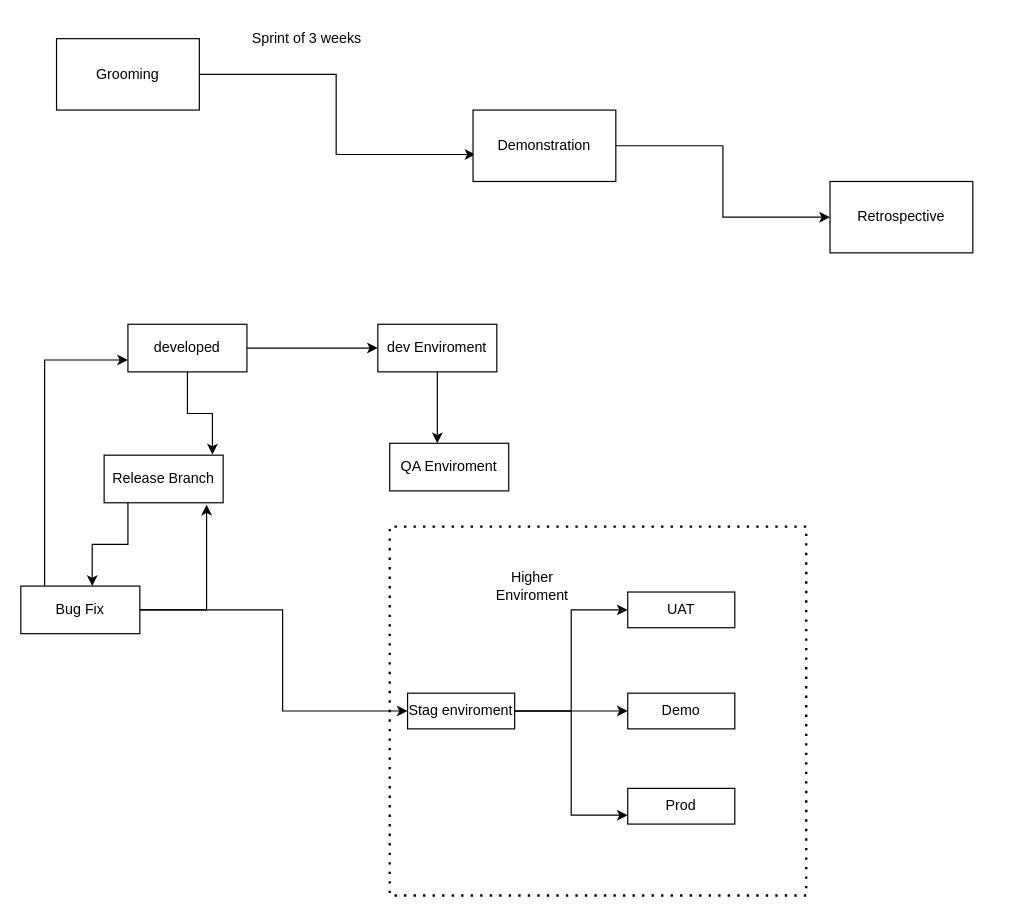
Above: lifecyle.drawio in suchit727/diagrams (draw.io), before the change. Source tidied: cells renumbered, new cells numbered last; positions are measured from the earlier drawing's top-left corner, leaving out a move shared by most shapes. Both pictures are drawn from the tidied source at 119%, with x=0, y=0 at pixel (20, 20).
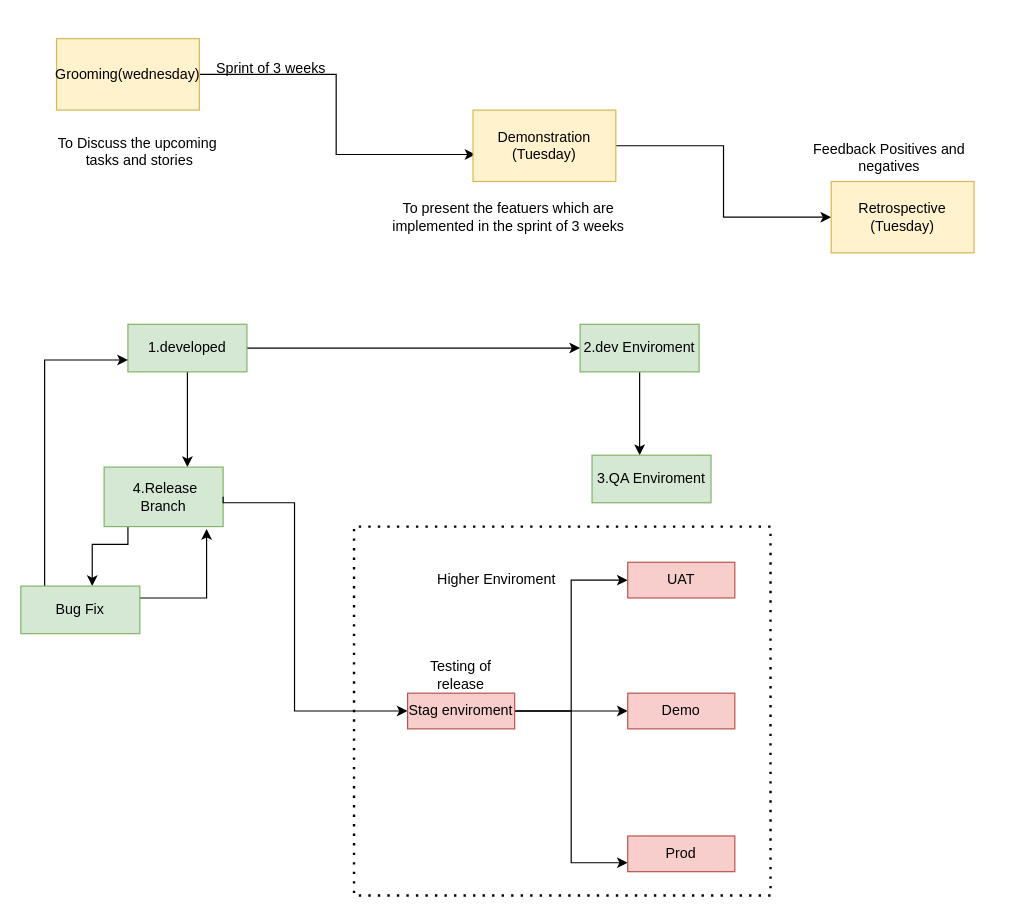
The same page after the edit.

The edit, as a diff of the source:
```diff
@@
-    <mxCell id="3" value="Grooming" style="rounded=0;whiteSpace=wrap;html=1;" parent="1" vertex="1">
+    <mxCell id="3" value="Grooming(wednesday)" style="rounded=0;whiteSpace=wrap;html=1;fillColor=#fff2cc;strokeColor=#d6b656;" parent="1" vertex="1">
       <mxGeometry x="30" y="15" width="120" height="60" as="geometry" />
     </mxCell>
@@
-    <mxCell id="5" value="Demonstration" style="rounded=0;whiteSpace=wrap;html=1;" parent="1" vertex="1">
+    <mxCell id="5" value="Demonstration&lt;br&gt;(Tuesday)" style="rounded=0;whiteSpace=wrap;html=1;fillColor=#fff2cc;strokeColor=#d6b656;" parent="1" vertex="1">
       <mxGeometry x="380" y="75" width="120" height="60" as="geometry" />
     </mxCell>
-    <mxCell id="6" value="Retrospective" style="rounded=0;whiteSpace=wrap;html=1;" parent="1" vertex="1">
-      <mxGeometry x="680" y="135" width="120" height="60" as="geometry" />
+    <mxCell id="6" value="Retrospective&lt;br&gt;(Tuesday)" style="rounded=0;whiteSpace=wrap;html=1;fillColor=#fff2cc;strokeColor=#d6b656;" parent="1" vertex="1">
+      <mxGeometry x="681" y="135" width="120" height="60" as="geometry" />
     </mxCell>
     <mxCell id="7" value="Sprint of 3 weeks" style="text;html=1;align=center;verticalAlign=middle;strokeColor=none;fillColor=none;" parent="1" vertex="1">
-      <mxGeometry x="180" width="120" height="30" as="geometry" />
+      <mxGeometry x="150" y="25" width="120" height="30" as="geometry" />
     </mxCell>
@@
-    <mxCell id="9" style="edgeStyle=orthogonalEdgeStyle;rounded=0;jettySize=auto;html=1;entryX=0.91;entryY=-0.012;entryDx=0;entryDy=0;entryPerimeter=0;" parent="1" edge="1" source="10" target="15">
-      <mxGeometry relative="1" as="geometry" />
+    <mxCell id="9" style="edgeStyle=orthogonalEdgeStyle;rounded=0;jettySize=auto;html=1;" parent="1" edge="1" source="10">
+      <mxGeometry relative="1" as="geometry">
+        <mxPoint x="140" y="375" as="targetPoint" />
+        <Array as="points">
+          <mxPoint x="140" y="365" />
+        </Array>
+      </mxGeometry>
     </mxCell>
-    <mxCell id="10" value="developed" style="rounded=0;whiteSpace=wrap;html=1;" parent="1" vertex="1">
+    <mxCell id="10" value="1.developed" style="rounded=0;whiteSpace=wrap;html=1;fillColor=#d5e8d4;strokeColor=#82b366;" parent="1" vertex="1">
       <mxGeometry x="90" y="255" width="100" height="40" as="geometry" />
     </mxCell>
@@
-    <mxCell id="12" value="dev Enviroment" style="rounded=0;whiteSpace=wrap;html=1;" parent="1" vertex="1">
-      <mxGeometry x="300" y="255" width="100" height="40" as="geometry" />
+    <mxCell id="12" value="2.dev Enviroment" style="rounded=0;whiteSpace=wrap;html=1;fillColor=#d5e8d4;strokeColor=#82b366;" parent="1" vertex="1">
+      <mxGeometry x="470" y="255" width="100" height="40" as="geometry" />
     </mxCell>
-    <mxCell id="13" value="QA Enviroment" style="rounded=0;whiteSpace=wrap;html=1;" parent="1" vertex="1">
-      <mxGeometry x="310" y="355" width="100" height="40" as="geometry" />
+    <mxCell id="13" value="3.QA Enviroment" style="rounded=0;whiteSpace=wrap;html=1;fillColor=#d5e8d4;strokeColor=#82b366;" parent="1" vertex="1">
+      <mxGeometry x="480" y="365" width="100" height="40" as="geometry" />
     </mxCell>
@@
-    <mxCell id="15" value="Release Branch" style="rounded=0;whiteSpace=wrap;html=1;" parent="1" vertex="1">
-      <mxGeometry x="70" y="365" width="100" height="40" as="geometry" />
+    <mxCell id="15" value="&amp;nbsp;4.Release Branch" style="rounded=0;whiteSpace=wrap;html=1;fillColor=#d5e8d4;strokeColor=#82b366;" parent="1" vertex="1">
+      <mxGeometry x="70" y="375" width="100" height="50" as="geometry" />
     </mxCell>
     <mxCell id="16" style="edgeStyle=orthogonalEdgeStyle;rounded=0;jettySize=auto;html=1;entryX=0.861;entryY=1.041;entryDx=0;entryDy=0;entryPerimeter=0;" parent="1" edge="1" source="19" target="15">
       <mxGeometry relative="1" as="geometry">
         <Array as="points">
-          <mxPoint x="156" y="495" />
+          <mxPoint x="156" y="485" />
         </Array>
       </mxGeometry>
     </mxCell>
@@
-    <mxCell id="18" style="edgeStyle=orthogonalEdgeStyle;rounded=0;jettySize=auto;html=1;entryX=0;entryY=0.5;entryDx=0;entryDy=0;" parent="1" edge="1" source="19" target="23">
+    <mxCell id="18" style="edgeStyle=orthogonalEdgeStyle;rounded=0;jettySize=auto;html=1;entryX=0;entryY=0.5;entryDx=0;entryDy=0;exitX=1;exitY=0.5;exitDx=0;exitDy=0;" parent="1" edge="1" source="15" target="23">
       <mxGeometry relative="1" as="geometry">
         <Array as="points">
-          <mxPoint x="220" y="495" />
-          <mxPoint x="220" y="580" />
+          <mxPoint x="170" y="405" />
+          <mxPoint x="230" y="405" />
+          <mxPoint x="230" y="580" />
         </Array>
       </mxGeometry>
     </mxCell>
-    <mxCell id="19" value="Bug Fix" style="rounded=0;whiteSpace=wrap;html=1;" parent="1" vertex="1">
+    <mxCell id="19" value="Bug Fix" style="rounded=0;whiteSpace=wrap;html=1;fillColor=#d5e8d4;strokeColor=#82b366;" parent="1" vertex="1">
       <mxGeometry y="475" width="100" height="40" as="geometry" />
     </mxCell>
@@
-    <mxCell id="23" value="Stag enviroment" style="rounded=0;whiteSpace=wrap;html=1;" parent="1" vertex="1">
+    <mxCell id="23" value="Stag enviroment" style="rounded=0;whiteSpace=wrap;html=1;fillColor=#f8cecc;strokeColor=#b85450;" parent="1" vertex="1">
       <mxGeometry x="325" y="565" width="90" height="30" as="geometry" />
     </mxCell>
-    <mxCell id="24" value="Prod" style="rounded=0;whiteSpace=wrap;html=1;" parent="1" vertex="1">
-      <mxGeometry x="510" y="645" width="90" height="30" as="geometry" />
+    <mxCell id="24" value="Prod" style="rounded=0;whiteSpace=wrap;html=1;fillColor=#f8cecc;strokeColor=#b85450;" parent="1" vertex="1">
+      <mxGeometry x="510" y="685" width="90" height="30" as="geometry" />
     </mxCell>
-    <mxCell id="25" value="Demo" style="rounded=0;whiteSpace=wrap;html=1;" parent="1" vertex="1">
+    <mxCell id="25" value="Demo" style="rounded=0;whiteSpace=wrap;html=1;fillColor=#f8cecc;strokeColor=#b85450;" parent="1" vertex="1">
       <mxGeometry x="510" y="565" width="90" height="30" as="geometry" />
     </mxCell>
-    <mxCell id="26" value="UAT" style="rounded=0;whiteSpace=wrap;html=1;" parent="1" vertex="1">
-      <mxGeometry x="510" y="480" width="90" height="30" as="geometry" />
+    <mxCell id="26" value="UAT" style="rounded=0;whiteSpace=wrap;html=1;fillColor=#f8cecc;strokeColor=#b85450;" parent="1" vertex="1">
+      <mxGeometry x="510" y="455" width="90" height="30" as="geometry" />
     </mxCell>
     <mxCell id="27" style="endArrow=none;dashed=1;html=1;dashPattern=1 3;strokeWidth=2;rounded=0;" parent="1" edge="1">
       <mxGeometry relative="1" as="geometry">
-        <mxPoint x="660" y="735" as="sourcePoint" />
-        <mxPoint x="660" y="735" as="targetPoint" />
+        <mxPoint x="630" y="735" as="sourcePoint" />
+        <mxPoint x="630" y="735" as="targetPoint" />
         <Array as="points">
-          <mxPoint x="310" y="735" />
-          <mxPoint x="310" y="425" />
-          <mxPoint x="660" y="425" />
+          <mxPoint x="280" y="735" />
+          <mxPoint x="280" y="425" />
+          <mxPoint x="450" y="425" />
+          <mxPoint x="630" y="425" />
         </Array>
       </mxGeometry>
     </mxCell>
     <mxCell id="28" value="Higher Enviroment" style="text;html=1;strokeColor=none;fillColor=none;align=center;verticalAlign=middle;whiteSpace=wrap;rounded=0;" parent="1" vertex="1">
-      <mxGeometry x="410" y="465" width="40" height="20" as="geometry" />
+      <mxGeometry x="340" y="455" width="120" height="30" as="geometry" />
     </mxCell>
+    <mxCell id="29" value="To Discuss the upcoming&amp;nbsp; tasks and stories" style="text;html=1;strokeColor=none;fillColor=none;align=center;verticalAlign=middle;whiteSpace=wrap;rounded=0;" parent="1" vertex="1">
+      <mxGeometry x="30" y="75" width="140" height="70" as="geometry" />
+    </mxCell>
+    <mxCell id="30" value="To present the featuers which are implemented in the sprint of 3 weeks" style="text;html=1;strokeColor=none;fillColor=none;align=center;verticalAlign=middle;whiteSpace=wrap;rounded=0;" parent="1" vertex="1">
+      <mxGeometry x="300" y="135" width="220" height="60" as="geometry" />
+    </mxCell>
+    <mxCell id="31" value="Feedback Positives and negatives" style="text;html=1;strokeColor=none;fillColor=none;align=center;verticalAlign=middle;whiteSpace=wrap;rounded=0;" parent="1" vertex="1">
+      <mxGeometry x="640" y="95" width="180" height="40" as="geometry" />
+    </mxCell>
+    <mxCell id="32" value="Testing of release" style="text;html=1;strokeColor=none;fillColor=none;align=center;verticalAlign=middle;whiteSpace=wrap;rounded=0;" parent="1" vertex="1">
+      <mxGeometry x="340" y="535" width="60" height="30" as="geometry" />
+    </mxCell>
```
